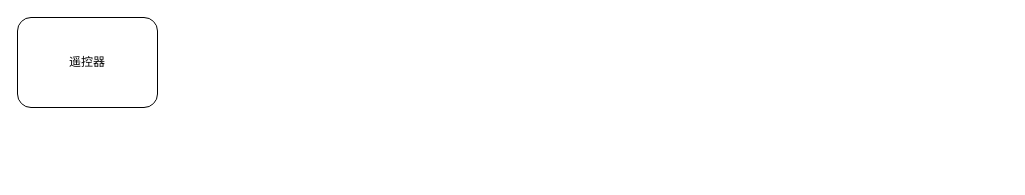
The draw.io diagram machineinfo 方案设计.drawio in Jev0987/drawioFile, before the edit. Source tidied: cells renumbered, new cells numbered last; positions are measured from the earlier drawing's top-left corner, leaving out a move shared by most shapes. Both pictures are drawn from the tidied source at 100%, with x=0, y=0 at pixel (17, 17).
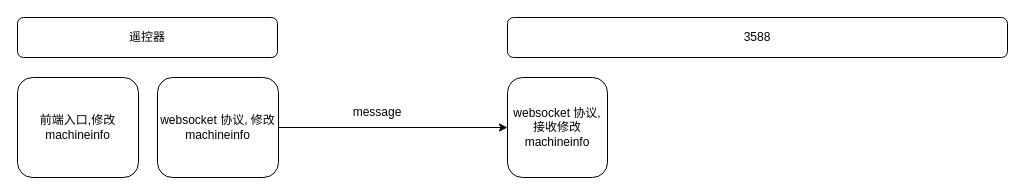
Above is the later version.

Commit message:
更新machineinfo 方案设计.drawio

Diff of the diagram source:
```diff
@@
 <mxGraphModel>
   <root>
     <mxCell id="0" />
     <mxCell id="1" parent="0" />
     <mxCell id="2" value="遥控器" style="rounded=1;whiteSpace=wrap;html=1;roundedPerimeter=1;" parent="1" vertex="1">
-      <mxGeometry width="140" height="90" as="geometry" />
+      <mxGeometry width="260" height="40" as="geometry" />
     </mxCell>
+    <mxCell id="3" style="edgeStyle=orthogonalEdgeStyle;rounded=0;jettySize=auto;html=1;exitX=1;exitY=0.5;exitDx=0;exitDy=0;entryX=0;entryY=0.5;entryDx=0;entryDy=0;defaultLabelBackgroundColor=page;" parent="1" edge="1" source="4" target="7">
+      <mxGeometry relative="1" as="geometry" />
+    </mxCell>
+    <mxCell id="4" value="websocket 协议, 修改machineinfo" style="rounded=1;whiteSpace=wrap;html=1;roundedPerimeter=1;" parent="1" vertex="1">
+      <mxGeometry x="140" y="60" width="121" height="100" as="geometry" />
+    </mxCell>
+    <mxCell id="5" value="前端入口,修改machineinfo" style="rounded=1;whiteSpace=wrap;html=1;roundedPerimeter=1;" parent="1" vertex="1">
+      <mxGeometry y="60" width="121" height="100" as="geometry" />
+    </mxCell>
+    <mxCell id="6" value="3588" style="rounded=1;whiteSpace=wrap;html=1;roundedPerimeter=1;" parent="1" vertex="1">
+      <mxGeometry x="490" width="500" height="40" as="geometry" />
+    </mxCell>
+    <mxCell id="7" value="websocket 协议, 接收修改machineinfo" style="rounded=1;whiteSpace=wrap;html=1;roundedPerimeter=1;" parent="1" vertex="1">
+      <mxGeometry x="490" y="60" width="100" height="100" as="geometry" />
+    </mxCell>
+    <mxCell id="8" value="message" style="text;html=1;whiteSpace=wrap;strokeColor=none;fillColor=none;align=center;verticalAlign=middle;rounded=0;" parent="1" vertex="1">
+      <mxGeometry x="330" y="80" width="60" height="30" as="geometry" />
+    </mxCell>
   </root>
 </mxGraphModel>
```
